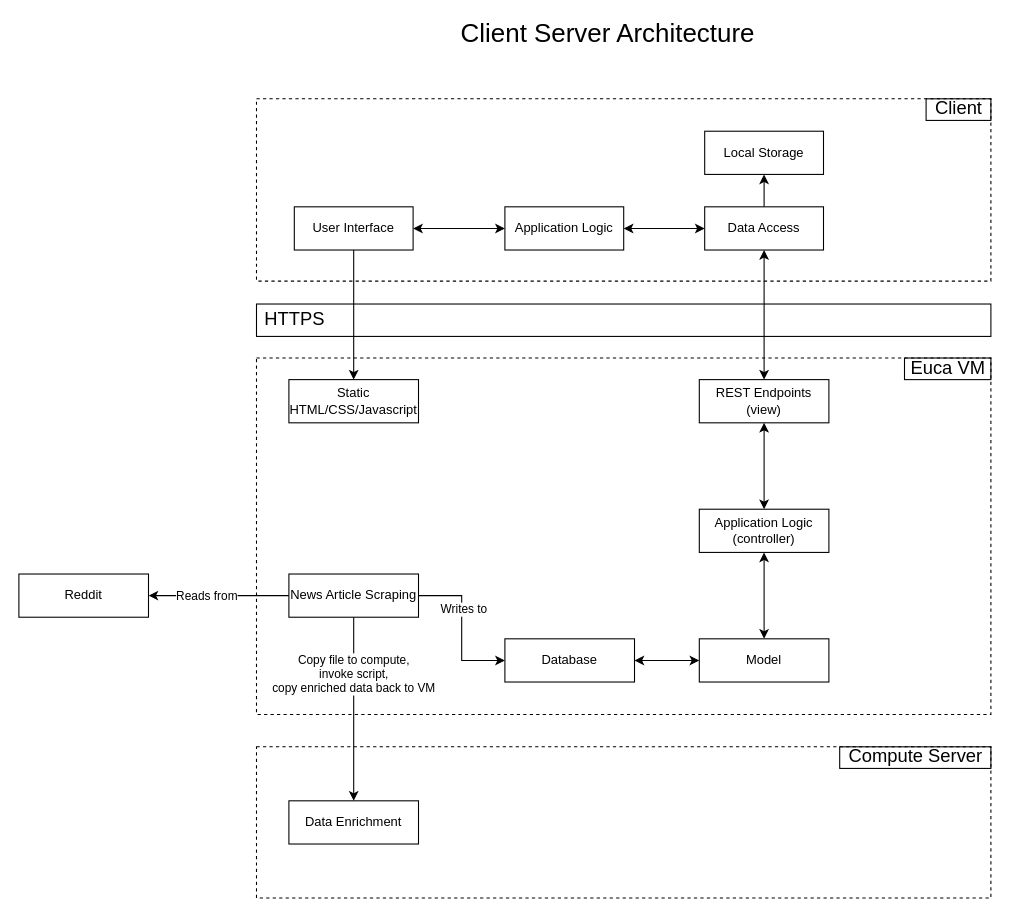
Earlier version of the draw.io diagram Application Architecture.drawio (MarkyMan4/capstone-planning). Source tidied: cells renumbered, new cells numbered last; positions are measured from the earlier drawing's top-left corner, leaving out a move shared by most shapes. Both pictures are drawn from the tidied source at 108%, with x=0, y=0 at pixel (18, 23).
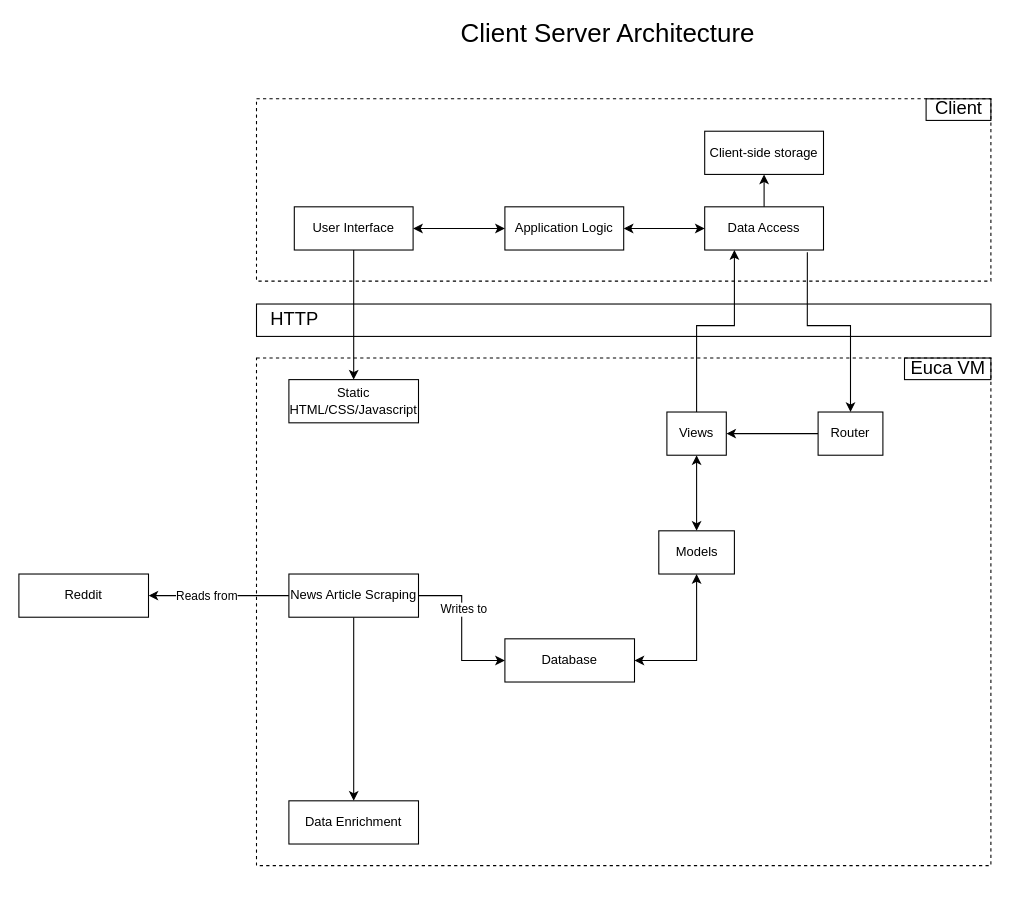
The same diagram, later.

Unchanged cells that the change refers to:
```xml
<mxCell id="8" value="Database" style="rounded=0;whiteSpace=wrap;html=1;" parent="1" vertex="1">
  <mxGeometry x="450" y="570" width="120" height="40" as="geometry" />
</mxCell>
<mxCell id="19" value="Data Access" style="rounded=0;whiteSpace=wrap;html=1;fillColor=none;" parent="1" vertex="1">
  <mxGeometry x="635" y="170" width="110" height="40" as="geometry" />
</mxCell>
<mxCell id="30" style="edgeStyle=orthogonalEdgeStyle;rounded=0;jettySize=auto;html=1;exitX=0.5;exitY=1;exitDx=0;exitDy=0;entryX=0.5;entryY=0;entryDx=0;entryDy=0;" parent="1" edge="1" source="32" target="36">
  <mxGeometry relative="1" as="geometry" />
</mxCell>
```

The edit, as a diff of the source:
```diff
@@
     <mxCell id="2" style="rounded=0;whiteSpace=wrap;html=1;fillColor=none;dashed=1;" parent="1" vertex="1">
-      <mxGeometry x="220" y="310" width="680" height="330" as="geometry" />
+      <mxGeometry x="220" y="310" width="680" height="470" as="geometry" />
     </mxCell>
@@
+    <mxCell id="37" style="edgeStyle=orthogonalEdgeStyle;rounded=0;jettySize=auto;html=1;exitX=0;exitY=0.5;exitDx=0;exitDy=0;entryX=1;entryY=0.5;entryDx=0;entryDy=0;startArrow=none;startFill=0;" parent="1" edge="1" source="4" target="7">
+      <mxGeometry relative="1" as="geometry" />
+    </mxCell>
-    <mxCell id="4" value="REST Endpoints (view)" style="rounded=0;whiteSpace=wrap;html=1;" parent="1" vertex="1">
-      <mxGeometry x="630" y="330" width="120" height="40" as="geometry" />
+    <mxCell id="4" value="Router" style="rounded=0;whiteSpace=wrap;html=1;" parent="1" vertex="1">
+      <mxGeometry x="740" y="360" width="60" height="40" as="geometry" />
     </mxCell>
-    <mxCell id="5" style="edgeStyle=none;rounded=0;jettySize=auto;html=1;startArrow=classic;startFill=1;endArrow=classic;endFill=1;" parent="1" edge="1" source="7" target="4">
-      <mxGeometry relative="1" as="geometry" />
-    </mxCell>
-    <mxCell id="6" style="edgeStyle=none;rounded=0;jettySize=auto;html=1;startArrow=classic;startFill=1;endArrow=classic;endFill=1;" parent="1" edge="1" source="7" target="25">
-      <mxGeometry relative="1" as="geometry" />
-    </mxCell>
+    <mxCell id="38" style="edgeStyle=orthogonalEdgeStyle;rounded=0;jettySize=auto;html=1;exitX=0.5;exitY=0;exitDx=0;exitDy=0;entryX=0.25;entryY=1;entryDx=0;entryDy=0;startArrow=none;startFill=0;" parent="1" edge="1" source="7" target="19">
+      <mxGeometry relative="1" as="geometry">
+        <Array as="points">
+          <mxPoint x="628" y="280" />
+          <mxPoint x="663" y="280" />
+        </Array>
+      </mxGeometry>
+    </mxCell>
+    <mxCell id="39" style="edgeStyle=orthogonalEdgeStyle;rounded=0;jettySize=auto;html=1;exitX=0.5;exitY=1;exitDx=0;exitDy=0;startArrow=classic;startFill=1;" parent="1" edge="1" source="7" target="41">
+      <mxGeometry relative="1" as="geometry" />
+    </mxCell>
-    <mxCell id="7" value="Application Logic (controller)" style="whiteSpace=wrap;html=1;" parent="1" vertex="1">
-      <mxGeometry x="630" y="450" width="120" height="40" as="geometry" />
+    <mxCell id="7" value="Views" style="whiteSpace=wrap;html=1;" parent="1" vertex="1">
+      <mxGeometry x="600" y="360" width="55" height="40" as="geometry" />
     </mxCell>
@@
-    <mxCell id="11" value="&lt;font style=&quot;font-size: 17px&quot;&gt;HTTPS&lt;/font&gt;" style="text;html=1;align=center;verticalAlign=middle;" parent="1" vertex="1">
-      <mxGeometry x="220" y="265" width="70" height="20" as="geometry" />
+    <mxCell id="11" value="&lt;font style=&quot;font-size: 17px&quot;&gt;HTTP&lt;br&gt;&lt;/font&gt;" style="text;html=1;align=center;verticalAlign=middle;" parent="1" vertex="1">
+      <mxGeometry x="225" y="265" width="60" height="20" as="geometry" />
     </mxCell>
@@
-    <mxCell id="18" style="edgeStyle=none;rounded=0;jettySize=auto;html=1;exitX=0.5;exitY=1;exitDx=0;exitDy=0;entryX=0.5;entryY=0;entryDx=0;entryDy=0;startArrow=classic;startFill=1;endArrow=classic;endFill=1;" parent="1" edge="1" source="19" target="4">
-      <mxGeometry relative="1" as="geometry" />
+    <mxCell id="18" style="edgeStyle=orthogonalEdgeStyle;rounded=0;jettySize=auto;html=1;exitX=0.864;exitY=1.05;exitDx=0;exitDy=0;entryX=0.5;entryY=0;entryDx=0;entryDy=0;startArrow=none;startFill=0;endArrow=classic;endFill=1;exitPerimeter=0;" parent="1" edge="1" source="19" target="4">
+      <mxGeometry relative="1" as="geometry">
+        <Array as="points">
+          <mxPoint x="730" y="280" />
+          <mxPoint x="770" y="280" />
+        </Array>
+      </mxGeometry>
     </mxCell>
@@
-    <mxCell id="20" value="Local Storage" style="rounded=0;whiteSpace=wrap;html=1;fillColor=none;" parent="1" vertex="1">
+    <mxCell id="20" value="Client-side storage" style="rounded=0;whiteSpace=wrap;html=1;fillColor=none;" parent="1" vertex="1">
       <mxGeometry x="635" y="100" width="110" height="40" as="geometry" />
     </mxCell>
@@
-    <mxCell id="24" style="edgeStyle=none;rounded=0;jettySize=auto;html=1;exitX=0;exitY=0.5;exitDx=0;exitDy=0;startArrow=classic;startFill=1;endArrow=classic;endFill=1;" parent="1" edge="1" source="25" target="8">
-      <mxGeometry relative="1" as="geometry" />
-    </mxCell>
-    <mxCell id="25" value="Model" style="whiteSpace=wrap;html=1;" parent="1" vertex="1">
-      <mxGeometry x="630" y="570" width="120" height="40" as="geometry" />
-    </mxCell>
@@
-    <mxCell id="31" value="Copy file to compute, &lt;br&gt;invoke script,&lt;br&gt;copy enriched data back to VM" style="edgeLabel;html=1;align=center;verticalAlign=middle;" parent="30" vertex="1">
-      <mxGeometry x="-0.39" y="-1" relative="1" as="geometry" />
-    </mxCell>
@@
-    <mxCell id="34" style="rounded=0;whiteSpace=wrap;html=1;fillColor=none;dashed=1;" parent="1" vertex="1">
-      <mxGeometry x="220" y="670" width="680" height="140" as="geometry" />
-    </mxCell>
-    <mxCell id="35" value="&lt;font style=&quot;font-size: 17px&quot;&gt;Compute Server&lt;/font&gt;" style="text;html=1;align=center;verticalAlign=middle;strokeColor=default;" parent="1" vertex="1">
-      <mxGeometry x="760" y="670" width="140" height="20" as="geometry" />
-    </mxCell>
@@
+    <mxCell id="40" style="edgeStyle=orthogonalEdgeStyle;rounded=0;jettySize=auto;html=1;exitX=0.5;exitY=1;exitDx=0;exitDy=0;entryX=1;entryY=0.5;entryDx=0;entryDy=0;startArrow=classic;startFill=1;" parent="1" edge="1" source="41" target="8">
+      <mxGeometry relative="1" as="geometry" />
+    </mxCell>
+    <mxCell id="41" value="Models" style="whiteSpace=wrap;html=1;" parent="1" vertex="1">
+      <mxGeometry x="592.5" y="470" width="70" height="40" as="geometry" />
+    </mxCell>
```
